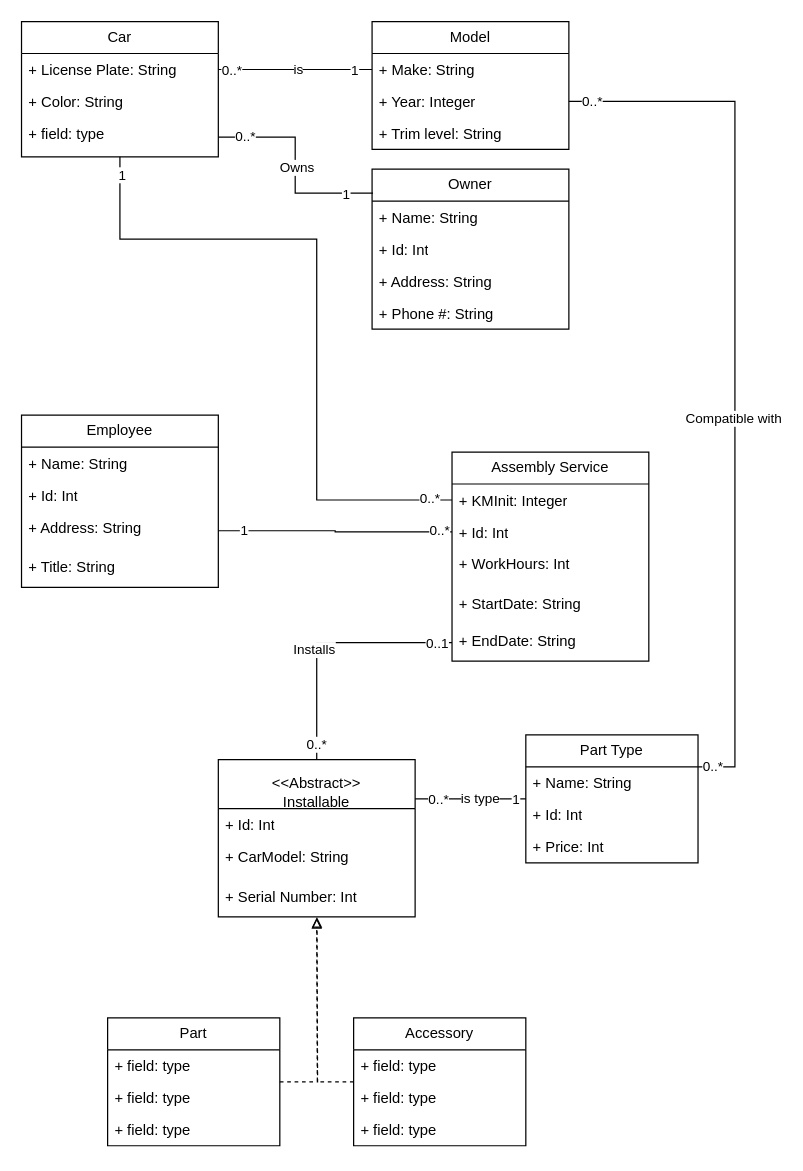
DylanBriSmith/4313Drawings keeps this draw.io diagram as 4314ass1parta.drawio. Above is the earlier version. Source tidied: cells renumbered, new cells numbered last; positions are measured from the earlier drawing's top-left corner, leaving out a move shared by most shapes. Both pictures are drawn from the tidied source at 123%, with x=0, y=0 at pixel (21, 21).
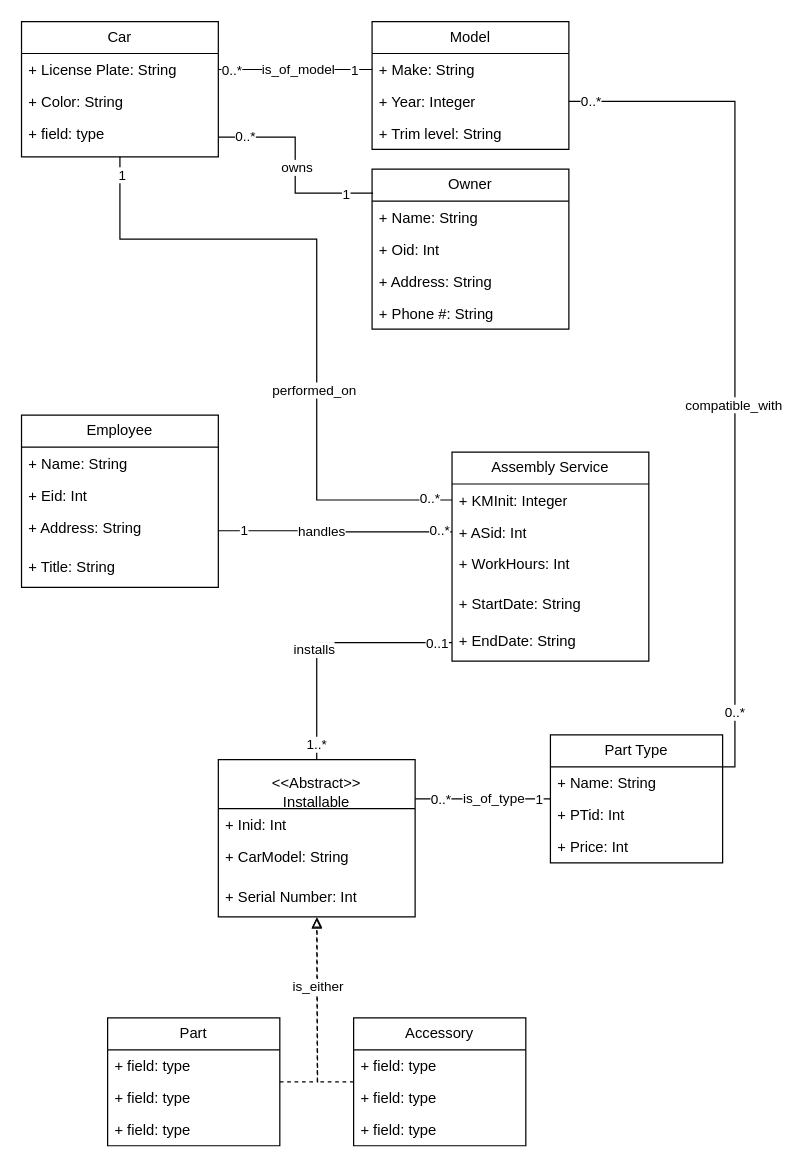
After the change.

Commit message:
associations named

Unchanged cells that the change refers to:
```xml
<mxCell id="10" style="edgeStyle=orthogonalEdgeStyle;rounded=0;jettySize=auto;html=1;entryX=0;entryY=0.5;entryDx=0;entryDy=0;endArrow=none;endFill=0;" parent="1" edge="1" source="3" target="7">
  <mxGeometry relative="1" as="geometry" />
</mxCell>
<mxCell id="14" value="Owner" style="swimlane;fontStyle=0;horizontal=1;startSize=26;fillColor=none;whiteSpace=wrap;html=1;" parent="1" vertex="1">
  <mxGeometry x="285" y="120" width="160" height="130" as="geometry" />
</mxCell>
<mxCell id="19" value="1" style="edgeStyle=orthogonalEdgeStyle;rounded=0;jettySize=auto;html=1;endArrow=none;endFill=0;entryX=0.005;entryY=0.15;entryDx=0;entryDy=0;entryPerimeter=0;" parent="1" edge="1" source="5" target="14">
  <mxGeometry x="0.74" y="-1" relative="1" as="geometry" />
</mxCell>
<mxCell id="22" value="Employee" style="swimlane;fontStyle=0;horizontal=1;startSize=26;fillColor=none;whiteSpace=wrap;html=1;" parent="1" vertex="1">
  <mxGeometry y="320" width="160" height="140" as="geometry" />
</mxCell>
<mxCell id="27" value="Assembly Service" style="swimlane;fontStyle=0;horizontal=1;startSize=26;fillColor=none;whiteSpace=wrap;html=1;" parent="1" vertex="1">
  <mxGeometry x="350" y="350" width="160" height="170" as="geometry" />
</mxCell>
<mxCell id="33" style="edgeStyle=orthogonalEdgeStyle;rounded=0;jettySize=auto;html=1;entryX=0;entryY=0.5;entryDx=0;entryDy=0;endArrow=none;endFill=0;" parent="1" edge="1" source="25" target="29">
  <mxGeometry relative="1" as="geometry" />
</mxCell>
<mxCell id="36" style="edgeStyle=orthogonalEdgeStyle;rounded=0;jettySize=auto;html=1;entryX=0;entryY=0.5;entryDx=0;entryDy=0;endArrow=none;endFill=0;" parent="1" edge="1" source="5" target="28">
  <mxGeometry relative="1" as="geometry">
    <Array as="points">
      <mxPoint x="80" y="177" />
      <mxPoint x="240" y="177" />
      <mxPoint x="240" y="389" />
    </Array>
  </mxGeometry>
</mxCell>
<mxCell id="39" value="&lt;br&gt;&lt;div&gt;&amp;lt;&amp;lt;Abstract&amp;gt;&amp;gt;&lt;/div&gt;&lt;div&gt;Installable&lt;/div&gt;" style="swimlane;fontStyle=0;horizontal=1;startSize=40;fillColor=none;whiteSpace=wrap;html=1;" parent="1" vertex="1">
  <mxGeometry x="160" y="600" width="160" height="128" as="geometry" />
</mxCell>
<mxCell id="52" style="edgeStyle=orthogonalEdgeStyle;rounded=0;jettySize=auto;html=1;entryX=0.5;entryY=1.034;entryDx=0;entryDy=0;entryPerimeter=0;endArrow=block;endFill=0;dashed=1;" parent="1" edge="1" source="47">
  <mxGeometry relative="1" as="geometry">
    <mxPoint x="240" y="729" as="targetPoint" />
  </mxGeometry>
</mxCell>
<mxCell id="53" style="edgeStyle=orthogonalEdgeStyle;rounded=0;jettySize=auto;html=1;entryX=1;entryY=0.5;entryDx=0;entryDy=0;endArrow=none;endFill=0;" parent="1" edge="1" source="61" target="8">
  <mxGeometry relative="1" as="geometry">
    <Array as="points">
      <mxPoint x="580" y="606" />
      <mxPoint x="580" y="65" />
    </Array>
  </mxGeometry>
</mxCell>
<mxCell id="57" style="edgeStyle=orthogonalEdgeStyle;rounded=0;jettySize=auto;html=1;entryX=1;entryY=0.25;entryDx=0;entryDy=0;endArrow=none;endFill=0;" parent="1" edge="1" source="61" target="39">
  <mxGeometry relative="1" as="geometry" />
</mxCell>
<mxCell id="65" style="edgeStyle=orthogonalEdgeStyle;rounded=0;jettySize=auto;html=1;entryX=0.5;entryY=0;entryDx=0;entryDy=0;endArrow=none;endFill=0;" parent="1" edge="1" source="32" target="39">
  <mxGeometry relative="1" as="geometry" />
</mxCell>
```

What changed in the source:
```diff
@@
-    <mxCell id="13" value="is" style="edgeLabel;html=1;align=center;verticalAlign=middle;" parent="10" vertex="1">
+    <mxCell id="13" value="is_of_model" style="edgeLabel;html=1;align=center;verticalAlign=middle;" parent="10" vertex="1">
       <mxGeometry x="0.03" y="1" relative="1" as="geometry" />
     </mxCell>
@@
-    <mxCell id="16" value="+ Id: Int" style="text;strokeColor=none;fillColor=none;align=left;verticalAlign=top;spacingLeft=4;spacingRight=4;overflow=hidden;whiteSpace=wrap;html=1;" parent="14" vertex="1">
+    <mxCell id="16" value="+ Oid: Int" style="text;strokeColor=none;fillColor=none;align=left;verticalAlign=top;spacingLeft=4;spacingRight=4;overflow=hidden;whiteSpace=wrap;html=1;" parent="14" vertex="1">
       <mxGeometry y="52" width="160" height="26" as="geometry" />
     </mxCell>
@@
-    <mxCell id="21" value="Owns" style="edgeLabel;html=1;align=center;verticalAlign=middle;" parent="19" vertex="1">
+    <mxCell id="21" value="owns" style="edgeLabel;html=1;align=center;verticalAlign=middle;" parent="19" vertex="1">
       <mxGeometry x="0.02" y="1" relative="1" as="geometry" />
     </mxCell>
@@
-    <mxCell id="24" value="+ Id: Int" style="text;strokeColor=none;fillColor=none;align=left;verticalAlign=top;spacingLeft=4;spacingRight=4;overflow=hidden;whiteSpace=wrap;html=1;" parent="22" vertex="1">
+    <mxCell id="24" value="+ Eid: Int" style="text;strokeColor=none;fillColor=none;align=left;verticalAlign=top;spacingLeft=4;spacingRight=4;overflow=hidden;whiteSpace=wrap;html=1;" parent="22" vertex="1">
       <mxGeometry y="52" width="160" height="26" as="geometry" />
     </mxCell>
@@
-    <mxCell id="29" value="+ Id: Int" style="text;strokeColor=none;fillColor=none;align=left;verticalAlign=top;spacingLeft=4;spacingRight=4;overflow=hidden;points=[[0,0.5],[1,0.5]];portConstraint=eastwest;whiteSpace=wrap;html=1;" parent="27" vertex="1">
+    <mxCell id="29" value="+ ASid: Int" style="text;strokeColor=none;fillColor=none;align=left;verticalAlign=top;spacingLeft=4;spacingRight=4;overflow=hidden;points=[[0,0.5],[1,0.5]];portConstraint=eastwest;whiteSpace=wrap;html=1;" parent="27" vertex="1">
       <mxGeometry y="52" width="160" height="26" as="geometry" />
     </mxCell>
@@
+    <mxCell id="69" value="handles" style="edgeLabel;html=1;align=center;verticalAlign=middle;" parent="33" vertex="1">
+      <mxGeometry x="-0.13" relative="1" as="geometry" />
+    </mxCell>
@@
+    <mxCell id="70" value="performed_on" style="edgeLabel;html=1;align=center;verticalAlign=middle;" parent="36" vertex="1">
+      <mxGeometry x="0.27" y="-3" relative="1" as="geometry" />
+    </mxCell>
@@
-    <mxCell id="40" value="+ Id: Int" style="text;strokeColor=none;fillColor=none;align=left;verticalAlign=top;spacingLeft=4;spacingRight=4;overflow=hidden;whiteSpace=wrap;html=1;" parent="39" vertex="1">
+    <mxCell id="40" value="+ Inid: Int" style="text;strokeColor=none;fillColor=none;align=left;verticalAlign=top;spacingLeft=4;spacingRight=4;overflow=hidden;whiteSpace=wrap;html=1;" parent="39" vertex="1">
       <mxGeometry y="40" width="160" height="26" as="geometry" />
     </mxCell>
@@
+    <mxCell id="71" value="is_either" style="edgeLabel;html=1;align=center;verticalAlign=middle;" parent="52" vertex="1">
+      <mxGeometry x="0.32" relative="1" as="geometry" />
+    </mxCell>
@@
-    <mxCell id="54" value="Compatible with" style="edgeLabel;html=1;align=center;verticalAlign=middle;" parent="53" vertex="1">
+    <mxCell id="54" value="compatible_with" style="edgeLabel;html=1;align=center;verticalAlign=middle;" parent="53" vertex="1">
       <mxGeometry x="-0.11" y="2" relative="1" as="geometry" />
     </mxCell>
@@
     <mxCell id="56" value="0..*" style="edgeLabel;html=1;align=center;verticalAlign=middle;" parent="53" vertex="1">
-      <mxGeometry x="-0.97" y="1" relative="1" as="geometry" />
+      <mxGeometry x="-0.97" y="1" relative="1" as="geometry">
+        <mxPoint y="-45" as="offset" />
+      </mxGeometry>
     </mxCell>
@@
-    <mxCell id="58" value="is type" style="edgeLabel;html=1;align=center;verticalAlign=middle;" parent="57" vertex="1">
+    <mxCell id="58" value="is_of_type" style="edgeLabel;html=1;align=center;verticalAlign=middle;" parent="57" vertex="1">
       <mxGeometry x="-0.15" y="-1" relative="1" as="geometry" />
     </mxCell>
@@
     <mxCell id="61" value="Part Type" style="swimlane;fontStyle=0;horizontal=1;startSize=26;fillColor=none;whiteSpace=wrap;html=1;" parent="1" vertex="1">
-      <mxGeometry x="410" y="580" width="140" height="104" as="geometry" />
+      <mxGeometry x="430" y="580" width="140" height="104" as="geometry" />
     </mxCell>
@@
-    <mxCell id="63" value="+ Id: Int" style="text;strokeColor=none;fillColor=none;align=left;verticalAlign=top;spacingLeft=4;spacingRight=4;overflow=hidden;whiteSpace=wrap;html=1;" parent="61" vertex="1">
+    <mxCell id="63" value="+ PTid: Int" style="text;strokeColor=none;fillColor=none;align=left;verticalAlign=top;spacingLeft=4;spacingRight=4;overflow=hidden;whiteSpace=wrap;html=1;" parent="61" vertex="1">
       <mxGeometry y="52" width="140" height="26" as="geometry" />
     </mxCell>
@@
-    <mxCell id="66" value="Installs" style="edgeLabel;html=1;align=center;verticalAlign=middle;" parent="65" vertex="1">
+    <mxCell id="66" value="installs" style="edgeLabel;html=1;align=center;verticalAlign=middle;" parent="65" vertex="1">
       <mxGeometry x="0.12" y="-3" relative="1" as="geometry" />
     </mxCell>
-    <mxCell id="67" value="0..*" style="edgeLabel;html=1;align=center;verticalAlign=middle;" parent="65" vertex="1">
+    <mxCell id="67" value="1..*" style="edgeLabel;html=1;align=center;verticalAlign=middle;" parent="65" vertex="1">
       <mxGeometry x="0.87" y="-1" relative="1" as="geometry" />
     </mxCell>
```
